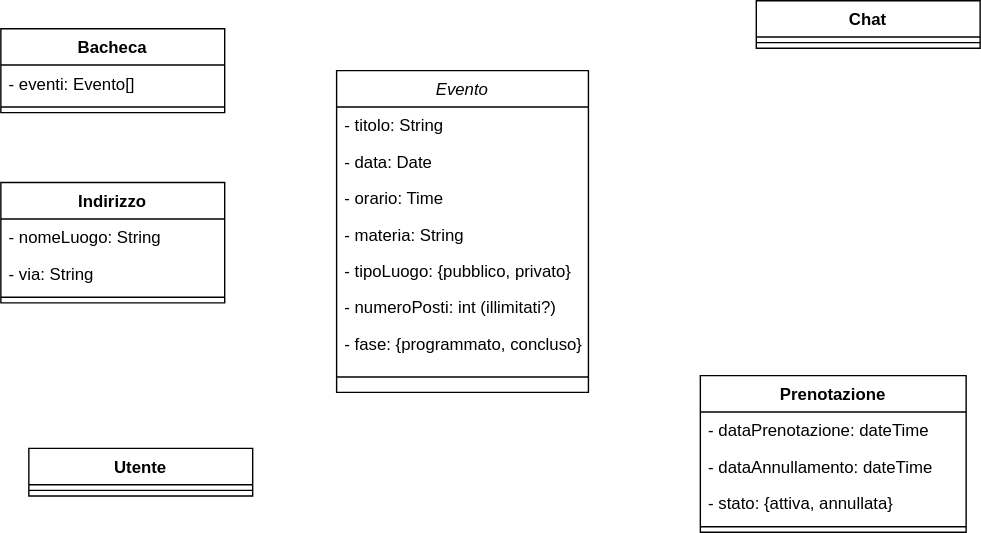
This is ModelliDominioDrawio/Evento.svg from federicoporpora/studyLink, a draw.io export, as it was before one commit. Source tidied: cells renumbered, new cells last; positions are measured from the earlier drawing's top-left corner, leaving out a move shared by most shapes.
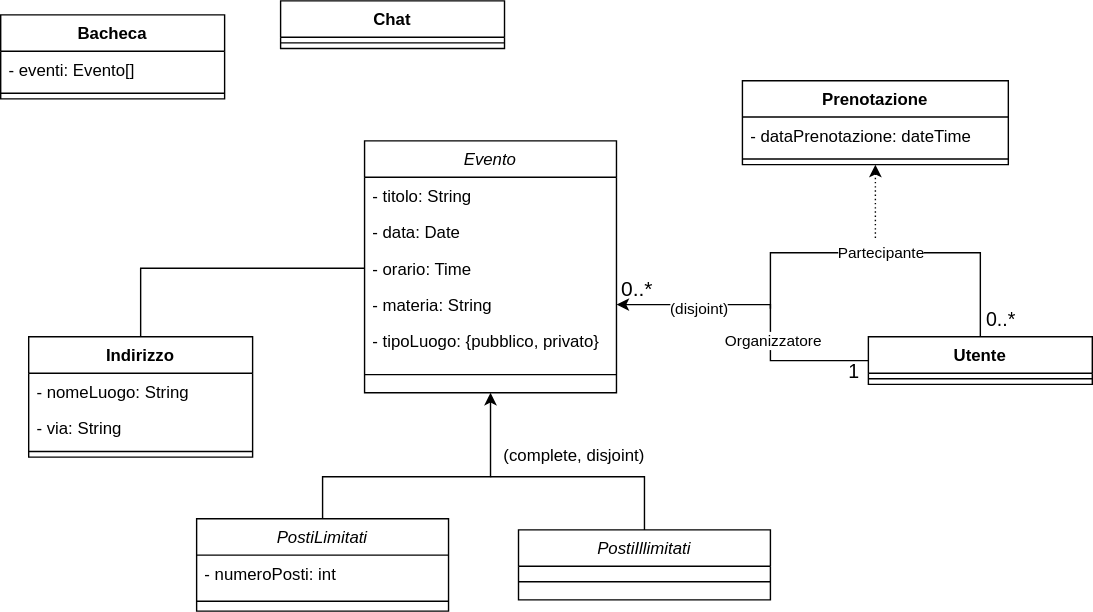
The same diagram one commit later.

Commit message:
primo push evento

Diff of the diagram source:
```diff
@@ -2,8 +2,17 @@
   <root>
     <mxCell id="0" />
     <mxCell id="1" parent="0" />
+    <mxCell id="27" style="edgeStyle=orthogonalEdgeStyle;rounded=0;jettySize=auto;html=1;entryX=0.5;entryY=0;entryDx=0;entryDy=0;endArrow=none;endFill=0;" parent="1" edge="1" target="32">
+      <mxGeometry relative="1" as="geometry">
+        <mxPoint x="350" y="350" as="sourcePoint" />
+        <Array as="points">
+          <mxPoint x="350" y="350" />
+          <mxPoint x="460" y="350" />
+        </Array>
+      </mxGeometry>
+    </mxCell>
     <mxCell id="2" value="Evento" style="swimlane;fontStyle=2;align=center;verticalAlign=top;horizontal=1;startSize=26;rounded=0;shadow=0;strokeWidth=1;" parent="1" vertex="1">
-      <mxGeometry x="240" y="50" width="180" height="230" as="geometry" />
+      <mxGeometry x="260" y="110" width="180" height="180" as="geometry" />
     </mxCell>
     <mxCell id="3" value="- titolo: String" style="text;align=left;verticalAlign=top;spacingLeft=4;spacingRight=4;overflow=hidden;" parent="2" vertex="1">
       <mxGeometry y="26" width="180" height="26" as="geometry" />
@@ -20,17 +29,14 @@
     <mxCell id="7" value="- tipoLuogo: {pubblico, privato}" style="text;align=left;verticalAlign=top;spacingLeft=4;spacingRight=4;overflow=hidden;rounded=0;shadow=0;html=0;" parent="2" vertex="1">
       <mxGeometry y="130" width="180" height="26" as="geometry" />
     </mxCell>
-    <mxCell id="8" value="- numeroPosti: int (illimitati?)" style="text;align=left;verticalAlign=top;spacingLeft=4;spacingRight=4;overflow=hidden;rounded=0;shadow=0;html=0;fontColor=light-dark(#000000,#FF0000);" parent="2" vertex="1">
-      <mxGeometry y="156" width="180" height="26" as="geometry" />
-    </mxCell>
-    <mxCell id="9" value="- fase: {programmato, concluso}" style="text;align=left;verticalAlign=top;spacingLeft=4;spacingRight=4;overflow=hidden;rounded=0;shadow=0;html=0;" parent="2" vertex="1">
-      <mxGeometry y="182" width="180" height="26" as="geometry" />
-    </mxCell>
     <mxCell id="10" style="line;html=1;strokeWidth=1;align=left;verticalAlign=middle;spacingTop=-1;spacingLeft=3;spacingRight=3;labelPosition=right;" parent="2" vertex="1">
-      <mxGeometry y="208" width="180" height="22" as="geometry" />
+      <mxGeometry y="156" width="180" height="22" as="geometry" />
     </mxCell>
+    <mxCell id="28" style="edgeStyle=orthogonalEdgeStyle;rounded=0;jettySize=auto;html=1;entryX=0;entryY=0.5;entryDx=0;entryDy=0;endArrow=none;endFill=0;" parent="1" edge="1" source="11" target="5">
+      <mxGeometry relative="1" as="geometry" />
+    </mxCell>
     <mxCell id="11" value="Indirizzo" style="swimlane;fontStyle=1;align=center;verticalAlign=top;horizontal=1;startSize=26;whiteSpace=wrap;html=1;" parent="1" vertex="1">
-      <mxGeometry y="130" width="160" height="86" as="geometry" />
+      <mxGeometry x="20" y="250" width="160" height="86" as="geometry" />
     </mxCell>
     <mxCell id="12" value="- nomeLuogo: String" style="text;strokeColor=none;fillColor=none;align=left;verticalAlign=top;spacingLeft=4;spacingRight=4;overflow=hidden;whiteSpace=wrap;html=1;" parent="11" vertex="1">
       <mxGeometry y="26" width="160" height="26" as="geometry" />
@@ -50,32 +56,95 @@
     <mxCell id="17" style="line;strokeWidth=1;fillColor=none;align=left;verticalAlign=middle;spacingTop=-1;spacingLeft=3;spacingRight=3;labelPosition=right;strokeColor=inherit;" parent="15" vertex="1">
       <mxGeometry y="52" width="160" height="8" as="geometry" />
     </mxCell>
+    <mxCell id="29" style="edgeStyle=orthogonalEdgeStyle;rounded=0;jettySize=auto;html=1;exitX=0.5;exitY=0;exitDx=0;exitDy=0;endArrow=none;endFill=0;startArrow=none;startFill=0;" parent="1" edge="1" source="18">
+      <mxGeometry relative="1" as="geometry">
+        <mxPoint x="550" y="230" as="targetPoint" />
+        <Array as="points">
+          <mxPoint x="700" y="190" />
+          <mxPoint x="550" y="190" />
+        </Array>
+      </mxGeometry>
+    </mxCell>
+    <mxCell id="30" value="Partecipante" style="edgeLabel;html=1;align=center;verticalAlign=middle;" parent="29" vertex="1">
+      <mxGeometry x="0.06" relative="1" as="geometry">
+        <mxPoint y="-1" as="offset" />
+      </mxGeometry>
+    </mxCell>
     <mxCell id="18" value="Utente" style="swimlane;fontStyle=1;align=center;verticalAlign=top;horizontal=1;startSize=26;whiteSpace=wrap;html=1;" parent="1" vertex="1">
-      <mxGeometry x="20" y="320" width="160" height="34" as="geometry" />
+      <mxGeometry x="620" y="250" width="160" height="34" as="geometry" />
     </mxCell>
     <mxCell id="19" style="line;strokeWidth=1;fillColor=none;align=left;verticalAlign=middle;spacingTop=-1;spacingLeft=3;spacingRight=3;labelPosition=right;strokeColor=inherit;" parent="18" vertex="1">
       <mxGeometry y="26" width="160" height="8" as="geometry" />
     </mxCell>
+    <mxCell id="31" style="edgeStyle=orthogonalEdgeStyle;rounded=0;jettySize=auto;html=1;exitX=0.5;exitY=1;exitDx=0;exitDy=0;startArrow=classic;startFill=1;endArrow=none;endFill=0;dashed=1;dashPattern=1 2;" parent="1" edge="1" source="20">
+      <mxGeometry relative="1" as="geometry">
+        <mxPoint x="625" y="180" as="targetPoint" />
+      </mxGeometry>
+    </mxCell>
-    <mxCell id="20" value="Prenotazione" style="swimlane;fontStyle=1;align=center;verticalAlign=top;horizontal=1;startSize=26;whiteSpace=wrap;html=1;fontColor=light-dark(#000000,#FF0000);" parent="1" vertex="1">
-      <mxGeometry x="500" y="268" width="190" height="112" as="geometry" />
+    <mxCell id="20" value="&lt;font style=&quot;color: light-dark(rgb(0, 0, 0), rgb(255, 255, 255));&quot;&gt;Prenotazione&lt;/font&gt;" style="swimlane;fontStyle=1;align=center;verticalAlign=top;horizontal=1;startSize=26;whiteSpace=wrap;html=1;fontColor=light-dark(#000000,#FF0000);" parent="1" vertex="1">
+      <mxGeometry x="530" y="67" width="190" height="60" as="geometry" />
     </mxCell>
     <mxCell id="21" value="- dataPrenotazione: dateTime" style="text;strokeColor=none;fillColor=none;align=left;verticalAlign=top;spacingLeft=4;spacingRight=4;overflow=hidden;whiteSpace=wrap;html=1;" parent="20" vertex="1">
       <mxGeometry y="26" width="190" height="26" as="geometry" />
     </mxCell>
-    <mxCell id="22" value="- dataAnnullamento: dateTime" style="text;strokeColor=none;fillColor=none;align=left;verticalAlign=top;spacingLeft=4;spacingRight=4;overflow=hidden;whiteSpace=wrap;html=1;" parent="20" vertex="1">
-      <mxGeometry y="52" width="190" height="26" as="geometry" />
-    </mxCell>
-    <mxCell id="23" value="- stato: {attiva, annullata}&lt;div&gt;&lt;br&gt;&lt;/div&gt;" style="text;strokeColor=none;fillColor=none;align=left;verticalAlign=top;spacingLeft=4;spacingRight=4;overflow=hidden;whiteSpace=wrap;html=1;" parent="20" vertex="1">
-      <mxGeometry y="78" width="190" height="26" as="geometry" />
-    </mxCell>
     <mxCell id="24" style="line;strokeWidth=1;fillColor=none;align=left;verticalAlign=middle;spacingTop=-1;spacingLeft=3;spacingRight=3;labelPosition=right;strokeColor=inherit;" parent="20" vertex="1">
-      <mxGeometry y="104" width="190" height="8" as="geometry" />
+      <mxGeometry y="52" width="190" height="8" as="geometry" />
     </mxCell>
     <mxCell id="25" value="Chat" style="swimlane;fontStyle=1;align=center;verticalAlign=top;horizontal=1;startSize=26;whiteSpace=wrap;html=1;" parent="1" vertex="1">
-      <mxGeometry x="540" width="160" height="34" as="geometry" />
+      <mxGeometry x="200" y="10" width="160" height="34" as="geometry" />
     </mxCell>
     <mxCell id="26" style="line;strokeWidth=1;fillColor=none;align=left;verticalAlign=middle;spacingTop=-1;spacingLeft=3;spacingRight=3;labelPosition=right;strokeColor=inherit;" parent="25" vertex="1">
       <mxGeometry y="26" width="160" height="8" as="geometry" />
     </mxCell>
+    <mxCell id="32" value="PostiIllimitati" style="swimlane;fontStyle=2;align=center;verticalAlign=top;horizontal=1;startSize=26;rounded=0;shadow=0;strokeWidth=1;" parent="1" vertex="1">
+      <mxGeometry x="370" y="388" width="180" height="50" as="geometry" />
+    </mxCell>
+    <mxCell id="33" style="line;html=1;strokeWidth=1;align=left;verticalAlign=middle;spacingTop=-1;spacingLeft=3;spacingRight=3;labelPosition=right;" parent="32" vertex="1">
+      <mxGeometry y="26" width="180" height="22" as="geometry" />
+    </mxCell>
+    <mxCell id="34" style="edgeStyle=orthogonalEdgeStyle;rounded=0;jettySize=auto;html=1;exitX=0.5;exitY=0;exitDx=0;exitDy=0;" parent="1" edge="1" source="35">
+      <mxGeometry relative="1" as="geometry">
+        <mxPoint x="350" y="290" as="targetPoint" />
+        <Array as="points">
+          <mxPoint x="230" y="350" />
+          <mxPoint x="350" y="350" />
+        </Array>
+      </mxGeometry>
+    </mxCell>
+    <mxCell id="35" value="PostiLimitati" style="swimlane;fontStyle=2;align=center;verticalAlign=top;horizontal=1;startSize=26;rounded=0;shadow=0;strokeWidth=1;" parent="1" vertex="1">
+      <mxGeometry x="140" y="380" width="180" height="66" as="geometry" />
+    </mxCell>
+    <mxCell id="36" value="- numeroPosti: int" style="text;align=left;verticalAlign=top;spacingLeft=4;spacingRight=4;overflow=hidden;rounded=0;shadow=0;html=0;" parent="35" vertex="1">
+      <mxGeometry y="26" width="180" height="26" as="geometry" />
+    </mxCell>
+    <mxCell id="37" style="line;html=1;strokeWidth=1;align=left;verticalAlign=middle;spacingTop=-1;spacingLeft=3;spacingRight=3;labelPosition=right;" parent="35" vertex="1">
+      <mxGeometry y="52" width="180" height="14" as="geometry" />
+    </mxCell>
+    <mxCell id="38" value="(complete, disjoint)" style="text;html=1;whiteSpace=wrap;strokeColor=none;fillColor=none;align=center;verticalAlign=middle;rounded=0;" parent="1" vertex="1">
+      <mxGeometry x="350" y="320" width="120" height="30" as="geometry" />
+    </mxCell>
+    <mxCell id="39" style="edgeStyle=orthogonalEdgeStyle;rounded=0;jettySize=auto;html=1;exitX=1;exitY=0.5;exitDx=0;exitDy=0;entryX=0;entryY=0.5;entryDx=0;entryDy=0;startArrow=classic;startFill=1;endArrow=none;endFill=0;" parent="1" edge="1" source="6" target="18">
+      <mxGeometry relative="1" as="geometry">
+        <Array as="points">
+          <mxPoint x="550" y="227" />
+          <mxPoint x="550" y="267" />
+        </Array>
+      </mxGeometry>
+    </mxCell>
+    <mxCell id="40" value="(disjoint)" style="edgeLabel;html=1;align=center;verticalAlign=middle;" parent="39" vertex="1">
+      <mxGeometry x="-0.47" y="-2" relative="1" as="geometry" />
+    </mxCell>
+    <mxCell id="41" value="Organizzatore" style="edgeLabel;html=1;align=center;verticalAlign=middle;" parent="39" vertex="1">
+      <mxGeometry x="0.22" y="1" relative="1" as="geometry" />
+    </mxCell>
+    <mxCell id="42" value="&lt;font style=&quot;font-size: 14px;&quot;&gt;1&lt;/font&gt;" style="text;html=1;whiteSpace=wrap;strokeColor=none;fillColor=none;align=center;verticalAlign=middle;rounded=0;" parent="1" vertex="1">
+      <mxGeometry x="580" y="260" width="60" height="30" as="geometry" />
+    </mxCell>
+    <mxCell id="43" value="&lt;font style=&quot;font-size: 14px;&quot;&gt;0..*&lt;/font&gt;" style="text;html=1;whiteSpace=wrap;strokeColor=none;fillColor=none;align=center;verticalAlign=middle;rounded=0;" parent="1" vertex="1">
+      <mxGeometry x="685" y="223" width="60" height="30" as="geometry" />
+    </mxCell>
+    <mxCell id="44" value="&lt;font style=&quot;font-size: 15px;&quot;&gt;0..*&lt;/font&gt;" style="text;html=1;whiteSpace=wrap;strokeColor=none;fillColor=none;align=center;verticalAlign=middle;rounded=0;" parent="1" vertex="1">
+      <mxGeometry x="425" y="200" width="60" height="30" as="geometry" />
+    </mxCell>
   </root>
 </mxGraphModel>
```
